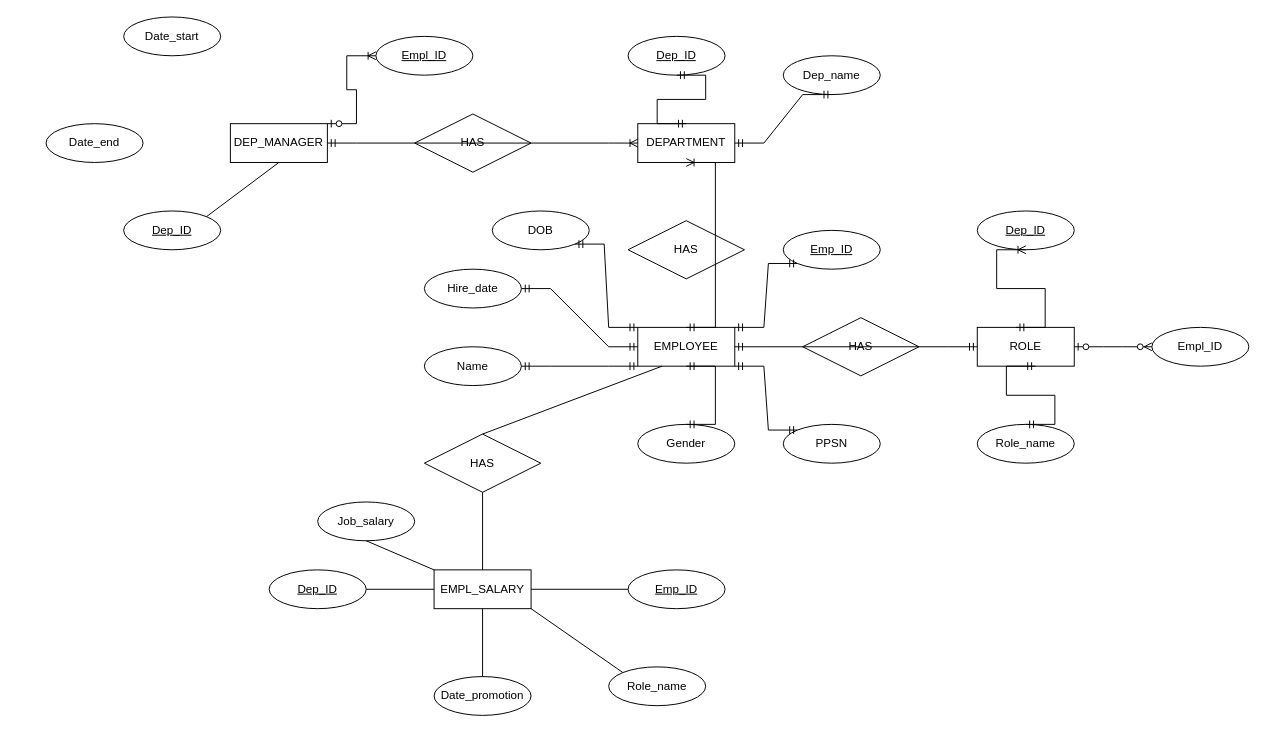
Earlier version of the draw.io diagram CA1.drawio (LucasHxC/webdev_lab). Source tidied: cells renumbered, new cells numbered last; positions are measured from the earlier drawing's top-left corner, leaving out a move shared by most shapes. Both pictures are drawn from the tidied source at 97%, with x=0, y=0 at pixel (46, 16).
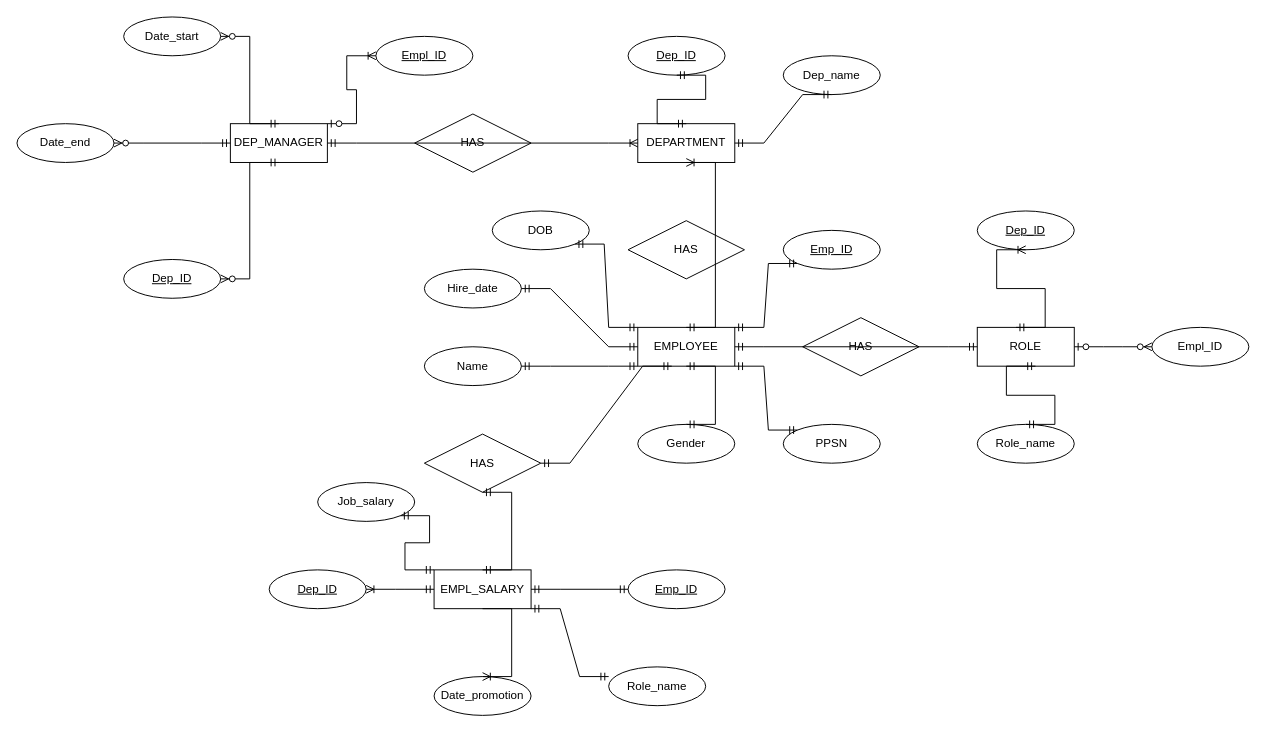
Above is the later version.

The change refers to these unchanged cells:
```xml
<mxCell id="2" value="EMPLOYEE" style="whiteSpace=wrap;html=1;align=center;" parent="1" vertex="1">
  <mxGeometry x="610" y="320" width="100" height="40" as="geometry" />
</mxCell>
<mxCell id="15" value="DEP_MANAGER" style="whiteSpace=wrap;html=1;align=center;" parent="1" vertex="1">
  <mxGeometry x="190" y="110" width="100" height="40" as="geometry" />
</mxCell>
<mxCell id="17" value="Date_start" style="ellipse;whiteSpace=wrap;html=1;align=center;" parent="1" vertex="1">
  <mxGeometry x="80" width="100" height="40" as="geometry" />
</mxCell>
<mxCell id="21" value="EMPL_SALARY" style="whiteSpace=wrap;html=1;align=center;" parent="1" vertex="1">
  <mxGeometry x="400" y="570" width="100" height="40" as="geometry" />
</mxCell>
<mxCell id="22" value="Date_promotion" style="ellipse;whiteSpace=wrap;html=1;align=center;" parent="1" vertex="1">
  <mxGeometry x="400" y="680" width="100" height="40" as="geometry" />
</mxCell>
<mxCell id="25" value="HAS" style="shape=rhombus;perimeter=rhombusPerimeter;whiteSpace=wrap;html=1;align=center;" parent="1" vertex="1">
  <mxGeometry x="390" y="430" width="120" height="60" as="geometry" />
</mxCell>
<mxCell id="35" value="Dep_ID" style="ellipse;whiteSpace=wrap;html=1;align=center;fontStyle=4;" parent="1" vertex="1">
  <mxGeometry x="230" y="570" width="100" height="40" as="geometry" />
</mxCell>
<mxCell id="36" value="Emp_ID" style="ellipse;whiteSpace=wrap;html=1;align=center;fontStyle=4;" parent="1" vertex="1">
  <mxGeometry x="600" y="570" width="100" height="40" as="geometry" />
</mxCell>
<mxCell id="37" value="Role_name" style="ellipse;whiteSpace=wrap;html=1;align=center;" parent="1" vertex="1">
  <mxGeometry x="580" y="670" width="100" height="40" as="geometry" />
</mxCell>
```

The edit, as a diff of the source:
```diff
@@
     <mxCell id="7" value="Job_salary" style="ellipse;whiteSpace=wrap;html=1;align=center;" parent="1" vertex="1">
-      <mxGeometry x="280" y="500" width="100" height="40" as="geometry" />
+      <mxGeometry x="280" y="480" width="100" height="40" as="geometry" />
     </mxCell>
@@
-    <mxCell id="23" style="endArrow=none;html=1;rounded=0;exitX=1;exitY=0.5;exitDx=0;exitDy=0;entryX=0;entryY=0.5;entryDx=0;entryDy=0;" parent="1" edge="1" target="21">
-      <mxGeometry relative="1" as="geometry">
-        <mxPoint x="330" y="590" as="sourcePoint" />
-      </mxGeometry>
-    </mxCell>
-    <mxCell id="24" style="endArrow=none;html=1;rounded=0;exitX=0.5;exitY=1;exitDx=0;exitDy=0;entryX=0.5;entryY=0;entryDx=0;entryDy=0;" parent="1" edge="1" source="21" target="22">
-      <mxGeometry relative="1" as="geometry" />
-    </mxCell>
@@
-    <mxCell id="26" style="endArrow=none;html=1;rounded=0;exitX=0.5;exitY=0;exitDx=0;exitDy=0;entryX=0.25;entryY=1;entryDx=0;entryDy=0;" parent="1" edge="1" source="25" target="2">
-      <mxGeometry relative="1" as="geometry" />
-    </mxCell>
-    <mxCell id="27" style="endArrow=none;html=1;rounded=0;exitX=0;exitY=0;exitDx=0;exitDy=0;entryX=0.5;entryY=1;entryDx=0;entryDy=0;" parent="1" edge="1" source="21" target="7">
-      <mxGeometry relative="1" as="geometry" />
-    </mxCell>
     <mxCell id="28" value="Dep_ID" style="ellipse;whiteSpace=wrap;html=1;align=center;fontStyle=4;" parent="1" vertex="1">
-      <mxGeometry x="80" y="200" width="100" height="40" as="geometry" />
+      <mxGeometry x="80" y="250" width="100" height="40" as="geometry" />
     </mxCell>
     <mxCell id="29" value="Date_end" style="ellipse;whiteSpace=wrap;html=1;align=center;" parent="1" vertex="1">
-      <mxGeometry y="110" width="100" height="40" as="geometry" />
+      <mxGeometry x="-30" y="110" width="100" height="40" as="geometry" />
     </mxCell>
-    <mxCell id="30" style="endArrow=none;html=1;rounded=0;exitX=1;exitY=0;exitDx=0;exitDy=0;entryX=0.5;entryY=1;entryDx=0;entryDy=0;" parent="1" edge="1" source="28" target="15">
-      <mxGeometry relative="1" as="geometry" />
-    </mxCell>
@@
-    <mxCell id="33" style="endArrow=none;html=1;rounded=0;exitX=0.5;exitY=0;exitDx=0;exitDy=0;entryX=0.5;entryY=1;entryDx=0;entryDy=0;" parent="1" edge="1" source="21" target="25">
-      <mxGeometry relative="1" as="geometry" />
-    </mxCell>
-    <mxCell id="34" style="endArrow=none;html=1;rounded=0;exitX=1;exitY=0.5;exitDx=0;exitDy=0;entryX=0;entryY=0.5;entryDx=0;entryDy=0;" parent="1" edge="1" source="21">
-      <mxGeometry relative="1" as="geometry">
-        <mxPoint x="600" y="590" as="targetPoint" />
-      </mxGeometry>
-    </mxCell>
@@
-    <mxCell id="38" style="endArrow=none;html=1;rounded=0;exitX=1;exitY=1;exitDx=0;exitDy=0;entryX=0;entryY=0;entryDx=0;entryDy=0;" parent="1" edge="1" source="21" target="37">
-      <mxGeometry relative="1" as="geometry" />
-    </mxCell>
@@
+    <mxCell id="54" style="edgeStyle=entityRelationEdgeStyle;fontSize=12;html=1;endArrow=ERzeroToMany;startArrow=ERmandOne;rounded=0;exitX=0.5;exitY=1;exitDx=0;exitDy=0;entryX=1;entryY=0.5;entryDx=0;entryDy=0;" parent="1" edge="1" source="15" target="28">
+      <mxGeometry relative="1" as="geometry" />
+    </mxCell>
+    <mxCell id="55" style="edgeStyle=entityRelationEdgeStyle;fontSize=12;html=1;endArrow=ERzeroToMany;startArrow=ERmandOne;rounded=0;exitX=0;exitY=0.5;exitDx=0;exitDy=0;entryX=1;entryY=0.5;entryDx=0;entryDy=0;" parent="1" edge="1" source="15" target="29">
+      <mxGeometry relative="1" as="geometry" />
+    </mxCell>
+    <mxCell id="56" style="edgeStyle=entityRelationEdgeStyle;fontSize=12;html=1;endArrow=ERzeroToMany;startArrow=ERmandOne;rounded=0;exitX=0.5;exitY=0;exitDx=0;exitDy=0;entryX=1;entryY=0.5;entryDx=0;entryDy=0;" parent="1" edge="1" source="15" target="17">
+      <mxGeometry relative="1" as="geometry" />
+    </mxCell>
+    <mxCell id="57" style="edgeStyle=entityRelationEdgeStyle;fontSize=12;html=1;endArrow=ERmandOne;startArrow=ERmandOne;rounded=0;" parent="1" edge="1" source="25">
+      <mxGeometry relative="1" as="geometry">
+        <mxPoint x="645" y="360" as="targetPoint" />
+      </mxGeometry>
+    </mxCell>
+    <mxCell id="33" style="edgeStyle=entityRelationEdgeStyle;fontSize=12;html=1;endArrow=ERmandOne;startArrow=ERmandOne;rounded=0;exitX=0.5;exitY=0;exitDx=0;exitDy=0;entryX=0.5;entryY=1;entryDx=0;entryDy=0;" parent="1" edge="1" source="21" target="25">
+      <mxGeometry relative="1" as="geometry" />
+    </mxCell>
+    <mxCell id="58" style="edgeStyle=entityRelationEdgeStyle;fontSize=12;html=1;endArrow=ERoneToMany;startArrow=ERmandOne;rounded=0;exitX=0;exitY=0.5;exitDx=0;exitDy=0;entryX=1;entryY=0.5;entryDx=0;entryDy=0;" parent="1" edge="1" source="21" target="35">
+      <mxGeometry relative="1" as="geometry" />
+    </mxCell>
+    <mxCell id="27" style="edgeStyle=entityRelationEdgeStyle;fontSize=12;html=1;endArrow=ERmandOne;startArrow=ERmandOne;rounded=0;entryX=1;entryY=1;entryDx=0;entryDy=0;exitX=0;exitY=0;exitDx=0;exitDy=0;" parent="1" edge="1" source="21" target="7">
+      <mxGeometry relative="1" as="geometry" />
+    </mxCell>
+    <mxCell id="59" style="edgeStyle=entityRelationEdgeStyle;fontSize=12;html=1;endArrow=ERmandOne;startArrow=ERmandOne;rounded=0;entryX=0;entryY=0.5;entryDx=0;entryDy=0;exitX=1;exitY=0.5;exitDx=0;exitDy=0;" parent="1" edge="1" source="21" target="36">
+      <mxGeometry relative="1" as="geometry" />
+    </mxCell>
+    <mxCell id="38" style="edgeStyle=entityRelationEdgeStyle;fontSize=12;html=1;endArrow=ERmandOne;startArrow=ERmandOne;rounded=0;exitX=1;exitY=1;exitDx=0;exitDy=0;entryX=0;entryY=0.25;entryDx=0;entryDy=0;entryPerimeter=0;" parent="1" edge="1" source="21" target="37">
+      <mxGeometry relative="1" as="geometry" />
+    </mxCell>
+    <mxCell id="24" style="edgeStyle=entityRelationEdgeStyle;fontSize=12;html=1;endArrow=ERoneToMany;rounded=0;exitX=0.5;exitY=1;exitDx=0;exitDy=0;entryX=0.5;entryY=0;entryDx=0;entryDy=0;" parent="1" edge="1" source="21" target="22">
+      <mxGeometry relative="1" as="geometry" />
+    </mxCell>
```
